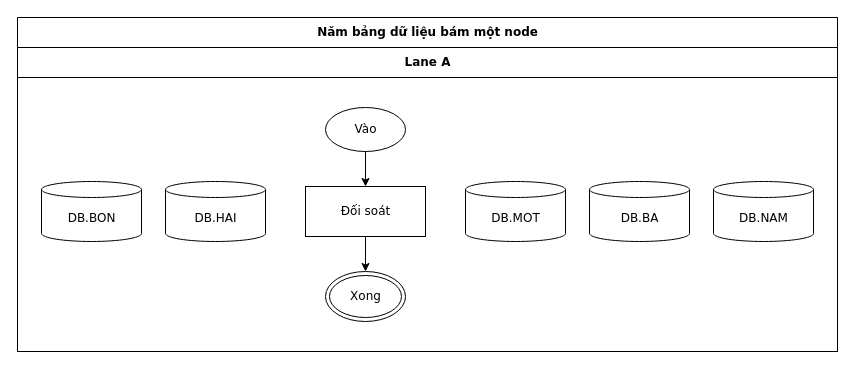
Above: conformance/golden/optimize/cases-47-place-attach-overflow.drawio in luytbq/flowcast (draw.io), before the change. Source tidied: cells renumbered, new cells numbered last; positions are measured from the earlier drawing's top-left corner, leaving out a move shared by most shapes. Both pictures are drawn from the tidied source at 100%, with x=0, y=0 at pixel (17, 17).
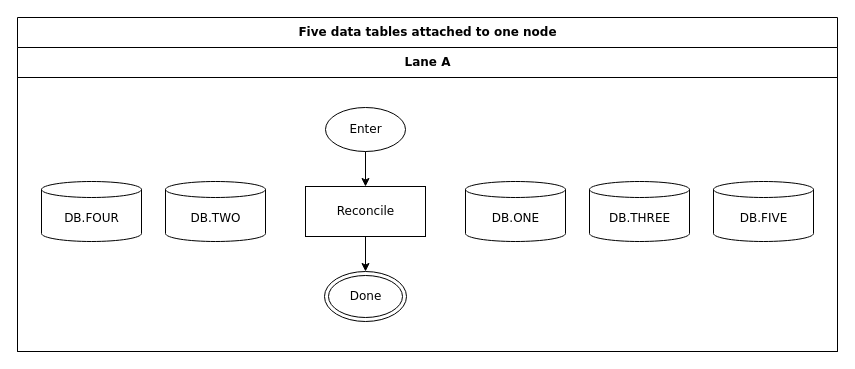
After the change.

Diff of the diagram source:
```diff
@@
 <mxGraphModel>
   <root>
     <mxCell id="0" />
     <mxCell id="1" parent="0" />
-    <mxCell id="2" value="Năm bảng dữ liệu bám một node" style="swimlane;html=1;startSize=30;fontStyle=1;fontFamily=Verdana;fontSize=12;flowtable=1;" parent="1" vertex="1">
+    <mxCell id="2" value="Five data tables attached to one node" style="swimlane;html=1;startSize=30;fontStyle=1;fontFamily=Verdana;fontSize=12;flowtable=1;" parent="1" vertex="1">
       <mxGeometry width="820" height="334" as="geometry" />
     </mxCell>
     <mxCell id="3" value="Lane A" style="swimlane;html=1;startSize=30;fontFamily=Verdana;fontSize=12;flowtable=1;" parent="2" vertex="1">
       <mxGeometry y="30" width="820" height="304" as="geometry" />
     </mxCell>
-    <mxCell id="4" value="Vào" style="ellipse;html=1;fontFamily=Verdana;fontSize=12;flowtable=1;" parent="3" vertex="1">
+    <mxCell id="4" value="Enter" style="ellipse;html=1;fontFamily=Verdana;fontSize=12;flowtable=1;" parent="3" vertex="1">
       <mxGeometry x="308" y="60" width="80" height="44" as="geometry" />
     </mxCell>
-    <mxCell id="5" value="Đối soát" style="rounded=0;html=1;fontFamily=Verdana;fontSize=12;flowtable=1;" parent="3" vertex="1">
+    <mxCell id="5" value="Reconcile" style="rounded=0;html=1;fontFamily=Verdana;fontSize=12;flowtable=1;" parent="3" vertex="1">
       <mxGeometry x="288" y="139" width="120" height="50" as="geometry" />
     </mxCell>
-    <mxCell id="6" value="DB.MOT" style="shape=cylinder3;html=1;boundedLbl=1;backgroundOutline=1;size=8;fontFamily=Verdana;fontSize=12;flowtable=1;" parent="3" vertex="1">
+    <mxCell id="6" value="DB.ONE" style="shape=cylinder3;html=1;boundedLbl=1;backgroundOutline=1;size=8;fontFamily=Verdana;fontSize=12;flowtable=1;" parent="3" vertex="1">
       <mxGeometry x="448" y="134" width="100" height="60" as="geometry" />
     </mxCell>
-    <mxCell id="7" value="DB.HAI" style="shape=cylinder3;html=1;boundedLbl=1;backgroundOutline=1;size=8;fontFamily=Verdana;fontSize=12;flowtable=1;" parent="3" vertex="1">
+    <mxCell id="7" value="DB.TWO" style="shape=cylinder3;html=1;boundedLbl=1;backgroundOutline=1;size=8;fontFamily=Verdana;fontSize=12;flowtable=1;" parent="3" vertex="1">
       <mxGeometry x="148" y="134" width="100" height="60" as="geometry" />
     </mxCell>
-    <mxCell id="8" value="DB.BA" style="shape=cylinder3;html=1;boundedLbl=1;backgroundOutline=1;size=8;fontFamily=Verdana;fontSize=12;flowtable=1;" parent="3" vertex="1">
+    <mxCell id="8" value="DB.THREE" style="shape=cylinder3;html=1;boundedLbl=1;backgroundOutline=1;size=8;fontFamily=Verdana;fontSize=12;flowtable=1;" parent="3" vertex="1">
       <mxGeometry x="572" y="134" width="100" height="60" as="geometry" />
     </mxCell>
-    <mxCell id="9" value="DB.BON" style="shape=cylinder3;html=1;boundedLbl=1;backgroundOutline=1;size=8;fontFamily=Verdana;fontSize=12;flowtable=1;" parent="3" vertex="1">
+    <mxCell id="9" value="DB.FOUR" style="shape=cylinder3;html=1;boundedLbl=1;backgroundOutline=1;size=8;fontFamily=Verdana;fontSize=12;flowtable=1;" parent="3" vertex="1">
       <mxGeometry x="24" y="134" width="100" height="60" as="geometry" />
     </mxCell>
-    <mxCell id="10" value="DB.NAM" style="shape=cylinder3;html=1;boundedLbl=1;backgroundOutline=1;size=8;fontFamily=Verdana;fontSize=12;flowtable=1;" parent="3" vertex="1">
+    <mxCell id="10" value="DB.FIVE" style="shape=cylinder3;html=1;boundedLbl=1;backgroundOutline=1;size=8;fontFamily=Verdana;fontSize=12;flowtable=1;" parent="3" vertex="1">
       <mxGeometry x="696" y="134" width="100" height="60" as="geometry" />
     </mxCell>
-    <mxCell id="11" value="Xong" style="shape=doubleEllipse;html=1;fontFamily=Verdana;fontSize=12;flowtable=1;" parent="3" vertex="1">
-      <mxGeometry x="308" y="224" width="80" height="50" as="geometry" />
+    <mxCell id="11" value="Done" style="shape=doubleEllipse;html=1;fontFamily=Verdana;fontSize=12;flowtable=1;" parent="3" vertex="1">
+      <mxGeometry x="307" y="224" width="82" height="50" as="geometry" />
     </mxCell>
     <mxCell id="12" style="edgeStyle=orthogonalEdgeStyle;rounded=0;jettySize=auto;html=1;labelBackgroundColor=default;exitX=0.5;exitY=1;exitDx=0;exitDy=0;entryX=0.5;entryY=0;entryDx=0;entryDy=0;fontFamily=Verdana;fontSize=12;flowtable=1;" parent="2" edge="1" source="4" target="5">
       <mxGeometry relative="1" as="geometry" />
     </mxCell>
     <mxCell id="13" style="edgeStyle=orthogonalEdgeStyle;rounded=0;jettySize=auto;html=1;labelBackgroundColor=default;exitX=0.5;exitY=1;exitDx=0;exitDy=0;entryX=0.5;entryY=0;entryDx=0;entryDy=0;fontFamily=Verdana;fontSize=12;flowtable=1;" parent="2" edge="1" source="5" target="11">
       <mxGeometry relative="1" as="geometry" />
     </mxCell>
   </root>
 </mxGraphModel>
```
